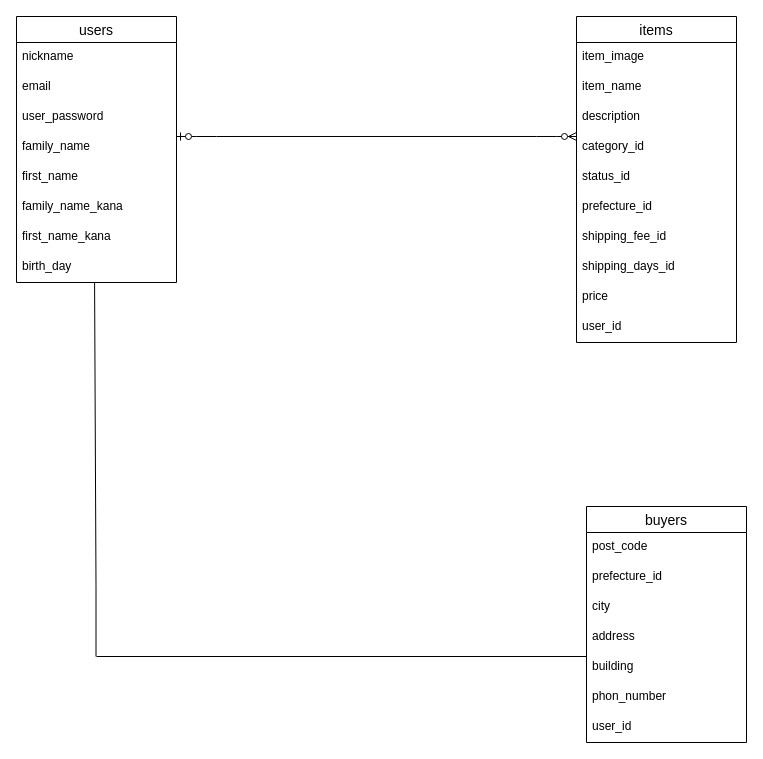
Above: FIRIMA.dio in kotaro0809/furima-38305 (draw.io), before the change. Source tidied: cells renumbered, new cells numbered last; positions are measured from the earlier drawing's top-left corner, leaving out a move shared by most shapes. Both pictures are drawn from the tidied source at 100%, with x=0, y=0 at pixel (16, 16).
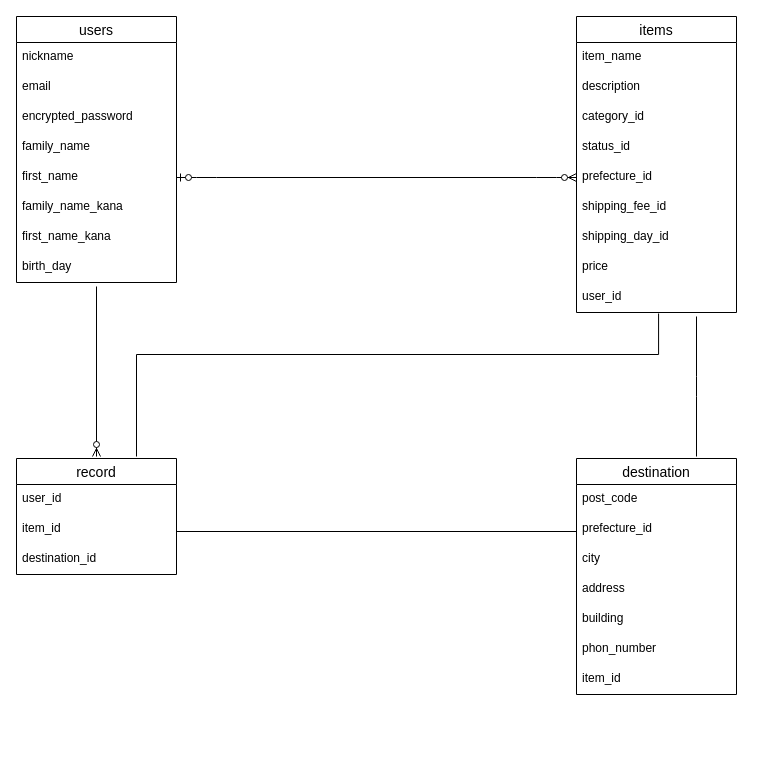
The same diagram, later.

Unchanged cells that the change refers to:
```xml
<mxCell id="2" value="users" style="swimlane;fontStyle=0;horizontal=1;startSize=26;align=center;fontSize=14;" parent="1" vertex="1">
  <mxGeometry width="160" height="266" as="geometry" />
</mxCell>
<mxCell id="7" value="first_name" style="text;strokeColor=none;fillColor=none;spacingLeft=4;spacingRight=4;overflow=hidden;points=[[0,0.5],[1,0.5]];portConstraint=eastwest;fontSize=12;" parent="2" vertex="1">
  <mxGeometry y="146" width="160" height="30" as="geometry" />
</mxCell>
<mxCell id="10" value="birth_day" style="text;strokeColor=none;fillColor=none;spacingLeft=4;spacingRight=4;overflow=hidden;points=[[0,0.5],[1,0.5]];portConstraint=eastwest;fontSize=12;" parent="2" vertex="1">
  <mxGeometry y="236" width="160" height="30" as="geometry" />
</mxCell>
```

What changed in the source:
```diff
@@
-    <mxCell id="5" value="user_password" style="text;strokeColor=none;fillColor=none;spacingLeft=4;spacingRight=4;overflow=hidden;fontSize=12;" parent="2" vertex="1">
+    <mxCell id="5" value="encrypted_password" style="text;strokeColor=none;fillColor=none;spacingLeft=4;spacingRight=4;overflow=hidden;fontSize=12;" parent="2" vertex="1">
       <mxGeometry y="86" width="160" height="30" as="geometry" />
     </mxCell>
@@
     <mxCell id="11" value="items" style="swimlane;fontStyle=0;horizontal=1;startSize=26;align=center;fontSize=14;" parent="1" vertex="1">
-      <mxGeometry x="560" width="160" height="326" as="geometry" />
+      <mxGeometry x="560" width="160" height="296" as="geometry" />
     </mxCell>
-    <mxCell id="12" value="item_image" style="text;strokeColor=none;fillColor=none;spacingLeft=4;spacingRight=4;overflow=hidden;fontSize=12;" parent="11" vertex="1">
-      <mxGeometry y="26" width="160" height="30" as="geometry" />
-    </mxCell>
     <mxCell id="13" value="item_name" style="text;strokeColor=none;fillColor=none;spacingLeft=4;spacingRight=4;overflow=hidden;fontSize=12;" parent="11" vertex="1">
-      <mxGeometry y="56" width="160" height="30" as="geometry" />
+      <mxGeometry y="26" width="160" height="30" as="geometry" />
     </mxCell>
     <mxCell id="14" value="description" style="text;strokeColor=none;fillColor=none;spacingLeft=4;spacingRight=4;overflow=hidden;fontSize=12;" parent="11" vertex="1">
-      <mxGeometry y="86" width="160" height="30" as="geometry" />
+      <mxGeometry y="56" width="160" height="30" as="geometry" />
     </mxCell>
     <mxCell id="15" value="category_id" style="text;strokeColor=none;fillColor=none;spacingLeft=4;spacingRight=4;overflow=hidden;points=[[0,0.5],[1,0.5]];portConstraint=eastwest;fontSize=12;" parent="11" vertex="1">
-      <mxGeometry y="116" width="160" height="30" as="geometry" />
+      <mxGeometry y="86" width="160" height="30" as="geometry" />
     </mxCell>
     <mxCell id="16" value="status_id" style="text;strokeColor=none;fillColor=none;spacingLeft=4;spacingRight=4;overflow=hidden;fontSize=12;" parent="11" vertex="1">
-      <mxGeometry y="146" width="160" height="30" as="geometry" />
+      <mxGeometry y="116" width="160" height="30" as="geometry" />
     </mxCell>
     <mxCell id="17" value="prefecture_id" style="text;strokeColor=none;fillColor=none;spacingLeft=4;spacingRight=4;overflow=hidden;points=[[0,0.5],[1,0.5]];portConstraint=eastwest;fontSize=12;" parent="11" vertex="1">
-      <mxGeometry y="176" width="160" height="30" as="geometry" />
+      <mxGeometry y="146" width="160" height="30" as="geometry" />
     </mxCell>
     <mxCell id="18" value="shipping_fee_id" style="text;strokeColor=none;fillColor=none;spacingLeft=4;spacingRight=4;overflow=hidden;fontSize=12;" parent="11" vertex="1">
-      <mxGeometry y="206" width="160" height="30" as="geometry" />
+      <mxGeometry y="176" width="160" height="30" as="geometry" />
     </mxCell>
-    <mxCell id="19" value="shipping_days_id" style="text;strokeColor=none;fillColor=none;spacingLeft=4;spacingRight=4;overflow=hidden;fontSize=12;" parent="11" vertex="1">
-      <mxGeometry y="236" width="160" height="30" as="geometry" />
+    <mxCell id="19" value="shipping_day_id" style="text;strokeColor=none;fillColor=none;spacingLeft=4;spacingRight=4;overflow=hidden;fontSize=12;" parent="11" vertex="1">
+      <mxGeometry y="206" width="160" height="30" as="geometry" />
     </mxCell>
     <mxCell id="20" value="price" style="text;strokeColor=none;fillColor=none;spacingLeft=4;spacingRight=4;overflow=hidden;fontSize=12;" parent="11" vertex="1">
-      <mxGeometry y="266" width="160" height="30" as="geometry" />
+      <mxGeometry y="236" width="160" height="30" as="geometry" />
     </mxCell>
     <mxCell id="21" value="user_id" style="text;strokeColor=none;fillColor=none;spacingLeft=4;spacingRight=4;overflow=hidden;points=[[0,0.5],[1,0.5]];portConstraint=eastwest;fontSize=12;" parent="11" vertex="1">
-      <mxGeometry y="296" width="160" height="30" as="geometry" />
+      <mxGeometry y="266" width="160" height="30" as="geometry" />
     </mxCell>
-    <mxCell id="22" value="buyers" style="swimlane;fontStyle=0;horizontal=1;startSize=26;align=center;fontSize=14;fontFamily=Helvetica;fontColor=default;" parent="1" vertex="1">
-      <mxGeometry x="570" y="490" width="160" height="236" as="geometry" />
+    <mxCell id="22" value="destination" style="swimlane;fontStyle=0;horizontal=1;startSize=26;align=center;fontSize=14;fontFamily=Helvetica;fontColor=default;" parent="1" vertex="1">
+      <mxGeometry x="560" y="442" width="160" height="236" as="geometry" />
     </mxCell>
@@
+    <mxCell id="33" value="phon_number" style="text;strokeColor=none;fillColor=none;spacingLeft=4;spacingRight=4;overflow=hidden;fontSize=12;fontFamily=Helvetica;fontColor=default;" parent="22" vertex="1">
+      <mxGeometry y="176" width="160" height="30" as="geometry" />
+    </mxCell>
-    <mxCell id="28" value="phon_number" style="text;strokeColor=none;fillColor=none;spacingLeft=4;spacingRight=4;overflow=hidden;fontSize=12;fontFamily=Helvetica;fontColor=default;" parent="22" vertex="1">
-      <mxGeometry y="176" width="160" height="30" as="geometry" />
+    <mxCell id="28" value="item_id" style="text;strokeColor=none;fillColor=none;spacingLeft=4;spacingRight=4;overflow=hidden;fontSize=12;fontFamily=Helvetica;fontColor=default;" parent="22" vertex="1">
+      <mxGeometry y="206" width="160" height="30" as="geometry" />
     </mxCell>
+    <mxCell id="34" style="edgeStyle=entityRelationEdgeStyle;fontSize=12;html=1;endArrow=ERzeroToMany;startArrow=ERzeroToOne;entryX=0;entryY=0.5;entryDx=0;entryDy=0;exitX=1;exitY=0.5;exitDx=0;exitDy=0;" parent="1" edge="1" source="7" target="17">
+      <mxGeometry relative="1" as="geometry" />
+    </mxCell>
+    <mxCell id="35" value="record" style="swimlane;fontStyle=0;horizontal=1;startSize=26;align=center;fontSize=14;" parent="1" vertex="1">
+      <mxGeometry y="442" width="160" height="116" as="geometry" />
+    </mxCell>
-    <mxCell id="29" value="user_id" style="text;strokeColor=none;fillColor=none;spacingLeft=4;spacingRight=4;overflow=hidden;fontSize=12;fontFamily=Helvetica;fontColor=default;" parent="22" vertex="1">
-      <mxGeometry y="206" width="160" height="30" as="geometry" />
+    <mxCell id="29" value="user_id" style="text;strokeColor=none;fillColor=none;spacingLeft=4;spacingRight=4;overflow=hidden;fontSize=12;" parent="35" vertex="1">
+      <mxGeometry y="26" width="160" height="30" as="geometry" />
     </mxCell>
-    <mxCell id="30" style="edgeStyle=entityRelationEdgeStyle;fontSize=12;html=1;endArrow=ERzeroToMany;startArrow=ERzeroToOne;entryX=0;entryY=0.133;entryDx=0;entryDy=0;entryPerimeter=0;" parent="1" edge="1" target="15">
-      <mxGeometry relative="1" as="geometry">
-        <mxPoint x="160" y="120" as="sourcePoint" />
-      </mxGeometry>
-    </mxCell>
-    <mxCell id="31" style="endArrow=none;html=1;rounded=0;" parent="1" edge="1">
-      <mxGeometry relative="1" as="geometry">
-        <mxPoint x="80" y="640" as="sourcePoint" />
-        <mxPoint x="570" y="640" as="targetPoint" />
-      </mxGeometry>
-    </mxCell>
-    <mxCell id="32" style="endArrow=none;html=1;rounded=0;exitX=0.488;exitY=1;exitDx=0;exitDy=0;exitPerimeter=0;" parent="1" edge="1" source="10">
-      <mxGeometry relative="1" as="geometry">
-        <mxPoint x="79.5" y="640" as="targetPoint" />
-        <Array as="points">
-          <mxPoint x="79.5" y="570" />
-        </Array>
-      </mxGeometry>
-    </mxCell>
+    <mxCell id="36" value="item_id" style="text;strokeColor=none;fillColor=none;spacingLeft=4;spacingRight=4;overflow=hidden;fontSize=12;" parent="35" vertex="1">
+      <mxGeometry y="56" width="160" height="30" as="geometry" />
+    </mxCell>
+    <mxCell id="37" value="destination_id" style="text;strokeColor=none;fillColor=none;spacingLeft=4;spacingRight=4;overflow=hidden;fontSize=12;" parent="35" vertex="1">
+      <mxGeometry y="86" width="160" height="30" as="geometry" />
+    </mxCell>
+    <mxCell id="38" style="line;strokeWidth=1;dashed=0;labelPosition=right;align=left;verticalAlign=middle;spacingTop=0;spacingLeft=6;" parent="1" vertex="1">
+      <mxGeometry x="160" y="510" width="400" height="10" as="geometry" />
+    </mxCell>
+    <mxCell id="39" style="fontSize=12;html=1;endArrow=ERzeroToMany;endFill=1;" parent="1" edge="1">
+      <mxGeometry relative="1" as="geometry">
+        <mxPoint x="80" y="270" as="sourcePoint" />
+        <mxPoint x="80" y="440" as="targetPoint" />
+      </mxGeometry>
+    </mxCell>
+    <mxCell id="40" style="endArrow=none;html=1;rounded=0;elbow=vertical;edgeStyle=elbowEdgeStyle;entryX=0.513;entryY=1.033;entryDx=0;entryDy=0;entryPerimeter=0;" parent="1" edge="1" target="21">
+      <mxGeometry relative="1" as="geometry">
+        <mxPoint x="120" y="440" as="sourcePoint" />
+        <Array as="points">
+          <mxPoint x="170" y="338" />
+        </Array>
+      </mxGeometry>
+    </mxCell>
+    <mxCell id="41" style="endArrow=none;html=1;rounded=0;elbow=vertical;entryX=0.75;entryY=1.133;entryDx=0;entryDy=0;entryPerimeter=0;" parent="1" edge="1" target="21">
+      <mxGeometry relative="1" as="geometry">
+        <mxPoint x="680" y="440" as="sourcePoint" />
+        <Array as="points">
+          <mxPoint x="680" y="380" />
+          <mxPoint x="680" y="360" />
+        </Array>
+      </mxGeometry>
+    </mxCell>
```
